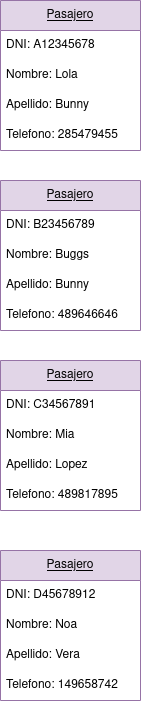
Earlier version of the draw.io export diagramas/tarea3 (reserva vuelos)/diagrama_objero_reserva_vuelos.png (Chugani05/entorno_de_desarrollo). Source tidied: cells renumbered, new cells last; positions are measured from the earlier drawing's top-left corner, leaving out a move shared by most shapes. Its diagram source:
```xml
<mxGraphModel>
  <root>
    <mxCell id="0" />
    <mxCell id="1" parent="0" />
    <mxCell id="2" value="&lt;u&gt;Pasajero&lt;/u&gt;" style="swimlane;fontStyle=0;horizontal=1;startSize=30;whiteSpace=wrap;html=1;fillColor=#e1d5e7;strokeColor=#9673a6;" parent="1" vertex="1">
      <mxGeometry width="140" height="150" as="geometry" />
    </mxCell>
    <mxCell id="3" value="DNI: A12345678" style="text;strokeColor=none;fillColor=none;align=left;verticalAlign=middle;spacingLeft=4;spacingRight=4;overflow=hidden;whiteSpace=wrap;html=1;" parent="2" vertex="1">
      <mxGeometry y="30" width="140" height="30" as="geometry" />
    </mxCell>
    <mxCell id="4" value="Nombre: Lola" style="text;strokeColor=none;fillColor=none;align=left;verticalAlign=middle;spacingLeft=4;spacingRight=4;overflow=hidden;whiteSpace=wrap;html=1;" parent="2" vertex="1">
      <mxGeometry y="60" width="140" height="30" as="geometry" />
    </mxCell>
    <mxCell id="5" value="Apellido: Bunny" style="text;strokeColor=none;fillColor=none;align=left;verticalAlign=middle;spacingLeft=4;spacingRight=4;overflow=hidden;whiteSpace=wrap;html=1;" parent="2" vertex="1">
      <mxGeometry y="90" width="140" height="30" as="geometry" />
    </mxCell>
    <mxCell id="6" value="Telefono: 285479455" style="text;strokeColor=none;fillColor=none;align=left;verticalAlign=middle;spacingLeft=4;spacingRight=4;overflow=hidden;whiteSpace=wrap;html=1;" parent="2" vertex="1">
      <mxGeometry y="120" width="140" height="30" as="geometry" />
    </mxCell>
    <mxCell id="7" value="&lt;u&gt;Pasajero&lt;/u&gt;" style="swimlane;fontStyle=0;horizontal=1;startSize=30;whiteSpace=wrap;html=1;fillColor=#e1d5e7;strokeColor=#9673a6;" parent="1" vertex="1">
      <mxGeometry y="180" width="140" height="150" as="geometry" />
    </mxCell>
    <mxCell id="8" value="DNI: B23456789" style="text;strokeColor=none;fillColor=none;align=left;verticalAlign=middle;spacingLeft=4;spacingRight=4;overflow=hidden;whiteSpace=wrap;html=1;" parent="7" vertex="1">
      <mxGeometry y="30" width="140" height="30" as="geometry" />
    </mxCell>
    <mxCell id="9" value="Nombre: Buggs" style="text;strokeColor=none;fillColor=none;align=left;verticalAlign=middle;spacingLeft=4;spacingRight=4;overflow=hidden;whiteSpace=wrap;html=1;" parent="7" vertex="1">
      <mxGeometry y="60" width="140" height="30" as="geometry" />
    </mxCell>
    <mxCell id="10" value="Apellido: Bunny" style="text;strokeColor=none;fillColor=none;align=left;verticalAlign=middle;spacingLeft=4;spacingRight=4;overflow=hidden;whiteSpace=wrap;html=1;" parent="7" vertex="1">
      <mxGeometry y="90" width="140" height="30" as="geometry" />
    </mxCell>
    <mxCell id="11" value="Telefono: 489646646" style="text;strokeColor=none;fillColor=none;align=left;verticalAlign=middle;spacingLeft=4;spacingRight=4;overflow=hidden;whiteSpace=wrap;html=1;" parent="7" vertex="1">
      <mxGeometry y="120" width="140" height="30" as="geometry" />
    </mxCell>
    <mxCell id="12" value="&lt;u&gt;Pasajero&lt;/u&gt;" style="swimlane;fontStyle=0;horizontal=1;startSize=30;whiteSpace=wrap;html=1;fillColor=#e1d5e7;strokeColor=#9673a6;" parent="1" vertex="1">
      <mxGeometry y="360" width="140" height="150" as="geometry" />
    </mxCell>
    <mxCell id="13" value="DNI: C34567891" style="text;strokeColor=none;fillColor=none;align=left;verticalAlign=middle;spacingLeft=4;spacingRight=4;overflow=hidden;whiteSpace=wrap;html=1;" parent="12" vertex="1">
      <mxGeometry y="30" width="140" height="30" as="geometry" />
    </mxCell>
    <mxCell id="14" value="Nombre: Mia" style="text;strokeColor=none;fillColor=none;align=left;verticalAlign=middle;spacingLeft=4;spacingRight=4;overflow=hidden;whiteSpace=wrap;html=1;" parent="12" vertex="1">
      <mxGeometry y="60" width="140" height="30" as="geometry" />
    </mxCell>
    <mxCell id="15" value="Apellido: Lopez" style="text;strokeColor=none;fillColor=none;align=left;verticalAlign=middle;spacingLeft=4;spacingRight=4;overflow=hidden;whiteSpace=wrap;html=1;" parent="12" vertex="1">
      <mxGeometry y="90" width="140" height="30" as="geometry" />
    </mxCell>
    <mxCell id="16" value="Telefono: 489817895" style="text;strokeColor=none;fillColor=none;align=left;verticalAlign=middle;spacingLeft=4;spacingRight=4;overflow=hidden;whiteSpace=wrap;html=1;" parent="12" vertex="1">
      <mxGeometry y="120" width="140" height="30" as="geometry" />
    </mxCell>
    <mxCell id="17" value="&lt;u&gt;Pasajero&lt;/u&gt;" style="swimlane;fontStyle=0;horizontal=1;startSize=30;whiteSpace=wrap;html=1;fillColor=#e1d5e7;strokeColor=#9673a6;" parent="1" vertex="1">
      <mxGeometry y="550" width="140" height="150" as="geometry" />
    </mxCell>
    <mxCell id="18" value="DNI: D45678912" style="text;strokeColor=none;fillColor=none;align=left;verticalAlign=middle;spacingLeft=4;spacingRight=4;overflow=hidden;whiteSpace=wrap;html=1;" parent="17" vertex="1">
      <mxGeometry y="30" width="140" height="30" as="geometry" />
    </mxCell>
    <mxCell id="19" value="Nombre: Noa" style="text;strokeColor=none;fillColor=none;align=left;verticalAlign=middle;spacingLeft=4;spacingRight=4;overflow=hidden;whiteSpace=wrap;html=1;" parent="17" vertex="1">
      <mxGeometry y="60" width="140" height="30" as="geometry" />
    </mxCell>
    <mxCell id="20" value="Apellido: Vera" style="text;strokeColor=none;fillColor=none;align=left;verticalAlign=middle;spacingLeft=4;spacingRight=4;overflow=hidden;whiteSpace=wrap;html=1;" parent="17" vertex="1">
      <mxGeometry y="90" width="140" height="30" as="geometry" />
    </mxCell>
    <mxCell id="21" value="Telefono: 149658742" style="text;strokeColor=none;fillColor=none;align=left;verticalAlign=middle;spacingLeft=4;spacingRight=4;overflow=hidden;whiteSpace=wrap;html=1;" parent="17" vertex="1">
      <mxGeometry y="120" width="140" height="30" as="geometry" />
    </mxCell>
  </root>
</mxGraphModel>
```
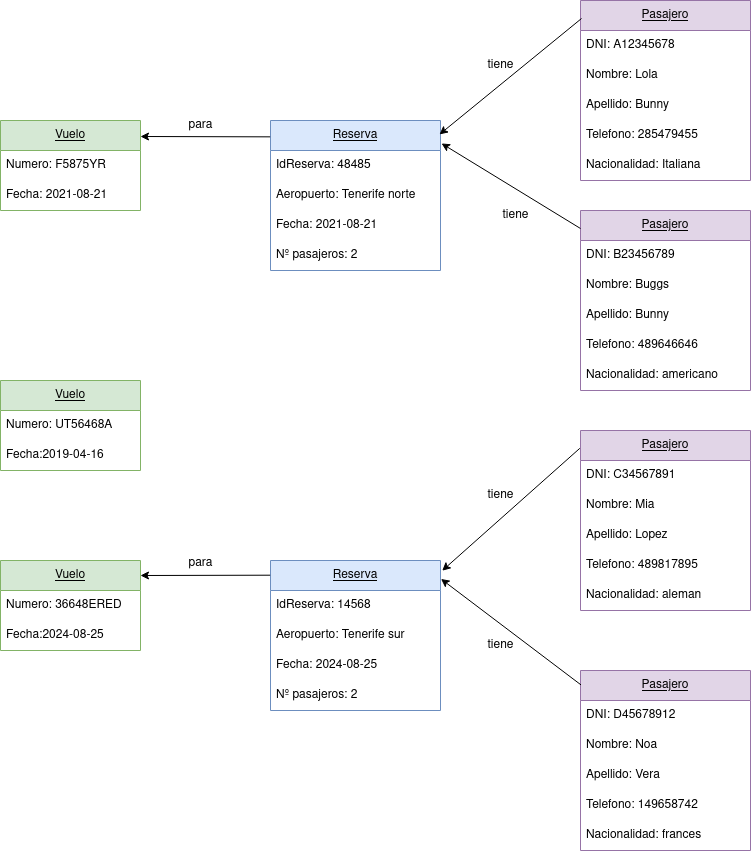
The same file after the commit.

Diff of the diagram source:
```diff
@@ -3,64 +3,173 @@
     <mxCell id="0" />
     <mxCell id="1" parent="0" />
     <mxCell id="2" value="&lt;u&gt;Pasajero&lt;/u&gt;" style="swimlane;fontStyle=0;horizontal=1;startSize=30;whiteSpace=wrap;html=1;fillColor=#e1d5e7;strokeColor=#9673a6;" parent="1" vertex="1">
-      <mxGeometry width="140" height="150" as="geometry" />
+      <mxGeometry x="100" y="55" width="170" height="180" as="geometry" />
     </mxCell>
     <mxCell id="3" value="DNI: A12345678" style="text;strokeColor=none;fillColor=none;align=left;verticalAlign=middle;spacingLeft=4;spacingRight=4;overflow=hidden;whiteSpace=wrap;html=1;" parent="2" vertex="1">
-      <mxGeometry y="30" width="140" height="30" as="geometry" />
+      <mxGeometry y="30" width="170" height="30" as="geometry" />
     </mxCell>
     <mxCell id="4" value="Nombre: Lola" style="text;strokeColor=none;fillColor=none;align=left;verticalAlign=middle;spacingLeft=4;spacingRight=4;overflow=hidden;whiteSpace=wrap;html=1;" parent="2" vertex="1">
-      <mxGeometry y="60" width="140" height="30" as="geometry" />
+      <mxGeometry y="60" width="170" height="30" as="geometry" />
     </mxCell>
     <mxCell id="5" value="Apellido: Bunny" style="text;strokeColor=none;fillColor=none;align=left;verticalAlign=middle;spacingLeft=4;spacingRight=4;overflow=hidden;whiteSpace=wrap;html=1;" parent="2" vertex="1">
-      <mxGeometry y="90" width="140" height="30" as="geometry" />
+      <mxGeometry y="90" width="170" height="30" as="geometry" />
     </mxCell>
     <mxCell id="6" value="Telefono: 285479455" style="text;strokeColor=none;fillColor=none;align=left;verticalAlign=middle;spacingLeft=4;spacingRight=4;overflow=hidden;whiteSpace=wrap;html=1;" parent="2" vertex="1">
-      <mxGeometry y="120" width="140" height="30" as="geometry" />
+      <mxGeometry y="120" width="170" height="30" as="geometry" />
     </mxCell>
+    <mxCell id="22" value="Nacionalidad: Italiana" style="text;strokeColor=none;fillColor=none;align=left;verticalAlign=middle;spacingLeft=4;spacingRight=4;overflow=hidden;whiteSpace=wrap;html=1;" parent="2" vertex="1">
+      <mxGeometry y="150" width="170" height="30" as="geometry" />
+    </mxCell>
     <mxCell id="7" value="&lt;u&gt;Pasajero&lt;/u&gt;" style="swimlane;fontStyle=0;horizontal=1;startSize=30;whiteSpace=wrap;html=1;fillColor=#e1d5e7;strokeColor=#9673a6;" parent="1" vertex="1">
-      <mxGeometry y="180" width="140" height="150" as="geometry" />
+      <mxGeometry x="100" y="265" width="170" height="180" as="geometry" />
     </mxCell>
     <mxCell id="8" value="DNI: B23456789" style="text;strokeColor=none;fillColor=none;align=left;verticalAlign=middle;spacingLeft=4;spacingRight=4;overflow=hidden;whiteSpace=wrap;html=1;" parent="7" vertex="1">
-      <mxGeometry y="30" width="140" height="30" as="geometry" />
+      <mxGeometry y="30" width="170" height="30" as="geometry" />
     </mxCell>
     <mxCell id="9" value="Nombre: Buggs" style="text;strokeColor=none;fillColor=none;align=left;verticalAlign=middle;spacingLeft=4;spacingRight=4;overflow=hidden;whiteSpace=wrap;html=1;" parent="7" vertex="1">
-      <mxGeometry y="60" width="140" height="30" as="geometry" />
+      <mxGeometry y="60" width="170" height="30" as="geometry" />
     </mxCell>
     <mxCell id="10" value="Apellido: Bunny" style="text;strokeColor=none;fillColor=none;align=left;verticalAlign=middle;spacingLeft=4;spacingRight=4;overflow=hidden;whiteSpace=wrap;html=1;" parent="7" vertex="1">
-      <mxGeometry y="90" width="140" height="30" as="geometry" />
+      <mxGeometry y="90" width="170" height="30" as="geometry" />
     </mxCell>
-    <mxCell id="11" value="Telefono: 489646646" style="text;strokeColor=none;fillColor=none;align=left;verticalAlign=middle;spacingLeft=4;spacingRight=4;overflow=hidden;whiteSpace=wrap;html=1;" parent="7" vertex="1">
-      <mxGeometry y="120" width="140" height="30" as="geometry" />
+    <mxCell id="11" value="&lt;div&gt;Telefono: 489646646&lt;/div&gt;" style="text;strokeColor=none;fillColor=none;align=left;verticalAlign=middle;spacingLeft=4;spacingRight=4;overflow=hidden;whiteSpace=wrap;html=1;" parent="7" vertex="1">
+      <mxGeometry y="120" width="170" height="30" as="geometry" />
     </mxCell>
+    <mxCell id="23" value="Nacionalidad: americano" style="text;strokeColor=none;fillColor=none;align=left;verticalAlign=middle;spacingLeft=4;spacingRight=4;overflow=hidden;whiteSpace=wrap;html=1;" parent="7" vertex="1">
+      <mxGeometry y="150" width="170" height="30" as="geometry" />
+    </mxCell>
     <mxCell id="12" value="&lt;u&gt;Pasajero&lt;/u&gt;" style="swimlane;fontStyle=0;horizontal=1;startSize=30;whiteSpace=wrap;html=1;fillColor=#e1d5e7;strokeColor=#9673a6;" parent="1" vertex="1">
-      <mxGeometry y="360" width="140" height="150" as="geometry" />
+      <mxGeometry x="100" y="485" width="170" height="180" as="geometry" />
     </mxCell>
     <mxCell id="13" value="DNI: C34567891" style="text;strokeColor=none;fillColor=none;align=left;verticalAlign=middle;spacingLeft=4;spacingRight=4;overflow=hidden;whiteSpace=wrap;html=1;" parent="12" vertex="1">
-      <mxGeometry y="30" width="140" height="30" as="geometry" />
+      <mxGeometry y="30" width="170" height="30" as="geometry" />
     </mxCell>
     <mxCell id="14" value="Nombre: Mia" style="text;strokeColor=none;fillColor=none;align=left;verticalAlign=middle;spacingLeft=4;spacingRight=4;overflow=hidden;whiteSpace=wrap;html=1;" parent="12" vertex="1">
-      <mxGeometry y="60" width="140" height="30" as="geometry" />
+      <mxGeometry y="60" width="170" height="30" as="geometry" />
     </mxCell>
     <mxCell id="15" value="Apellido: Lopez" style="text;strokeColor=none;fillColor=none;align=left;verticalAlign=middle;spacingLeft=4;spacingRight=4;overflow=hidden;whiteSpace=wrap;html=1;" parent="12" vertex="1">
-      <mxGeometry y="90" width="140" height="30" as="geometry" />
+      <mxGeometry y="90" width="170" height="30" as="geometry" />
     </mxCell>
     <mxCell id="16" value="Telefono: 489817895" style="text;strokeColor=none;fillColor=none;align=left;verticalAlign=middle;spacingLeft=4;spacingRight=4;overflow=hidden;whiteSpace=wrap;html=1;" parent="12" vertex="1">
-      <mxGeometry y="120" width="140" height="30" as="geometry" />
+      <mxGeometry y="120" width="170" height="30" as="geometry" />
     </mxCell>
+    <mxCell id="24" value="Nacionalidad: aleman" style="text;strokeColor=none;fillColor=none;align=left;verticalAlign=middle;spacingLeft=4;spacingRight=4;overflow=hidden;whiteSpace=wrap;html=1;" parent="12" vertex="1">
+      <mxGeometry y="150" width="170" height="30" as="geometry" />
+    </mxCell>
     <mxCell id="17" value="&lt;u&gt;Pasajero&lt;/u&gt;" style="swimlane;fontStyle=0;horizontal=1;startSize=30;whiteSpace=wrap;html=1;fillColor=#e1d5e7;strokeColor=#9673a6;" parent="1" vertex="1">
-      <mxGeometry y="550" width="140" height="150" as="geometry" />
+      <mxGeometry x="100" y="725" width="170" height="180" as="geometry" />
     </mxCell>
     <mxCell id="18" value="DNI: D45678912" style="text;strokeColor=none;fillColor=none;align=left;verticalAlign=middle;spacingLeft=4;spacingRight=4;overflow=hidden;whiteSpace=wrap;html=1;" parent="17" vertex="1">
-      <mxGeometry y="30" width="140" height="30" as="geometry" />
+      <mxGeometry y="30" width="170" height="30" as="geometry" />
     </mxCell>
     <mxCell id="19" value="Nombre: Noa" style="text;strokeColor=none;fillColor=none;align=left;verticalAlign=middle;spacingLeft=4;spacingRight=4;overflow=hidden;whiteSpace=wrap;html=1;" parent="17" vertex="1">
-      <mxGeometry y="60" width="140" height="30" as="geometry" />
+      <mxGeometry y="60" width="170" height="30" as="geometry" />
     </mxCell>
     <mxCell id="20" value="Apellido: Vera" style="text;strokeColor=none;fillColor=none;align=left;verticalAlign=middle;spacingLeft=4;spacingRight=4;overflow=hidden;whiteSpace=wrap;html=1;" parent="17" vertex="1">
-      <mxGeometry y="90" width="140" height="30" as="geometry" />
+      <mxGeometry y="90" width="170" height="30" as="geometry" />
     </mxCell>
     <mxCell id="21" value="Telefono: 149658742" style="text;strokeColor=none;fillColor=none;align=left;verticalAlign=middle;spacingLeft=4;spacingRight=4;overflow=hidden;whiteSpace=wrap;html=1;" parent="17" vertex="1">
-      <mxGeometry y="120" width="140" height="30" as="geometry" />
+      <mxGeometry y="120" width="170" height="30" as="geometry" />
     </mxCell>
+    <mxCell id="25" value="Nacionalidad: frances" style="text;strokeColor=none;fillColor=none;align=left;verticalAlign=middle;spacingLeft=4;spacingRight=4;overflow=hidden;whiteSpace=wrap;html=1;" parent="17" vertex="1">
+      <mxGeometry y="150" width="170" height="30" as="geometry" />
+    </mxCell>
+    <mxCell id="26" value="&lt;u&gt;Reserva&lt;/u&gt;" style="swimlane;fontStyle=0;horizontal=1;startSize=30;whiteSpace=wrap;html=1;fillColor=#dae8fc;strokeColor=#6c8ebf;" parent="1" vertex="1">
+      <mxGeometry x="-210" y="175" width="170" height="150" as="geometry" />
+    </mxCell>
+    <mxCell id="27" value="IdReserva: 48485" style="text;strokeColor=none;fillColor=none;align=left;verticalAlign=middle;spacingLeft=4;spacingRight=4;overflow=hidden;whiteSpace=wrap;html=1;" parent="26" vertex="1">
+      <mxGeometry y="30" width="170" height="30" as="geometry" />
+    </mxCell>
+    <mxCell id="28" value="&lt;div&gt;Aeropuerto: Tenerife norte&lt;br&gt;&lt;/div&gt;" style="text;strokeColor=none;fillColor=none;align=left;verticalAlign=middle;spacingLeft=4;spacingRight=4;overflow=hidden;whiteSpace=wrap;html=1;" parent="26" vertex="1">
+      <mxGeometry y="60" width="170" height="30" as="geometry" />
+    </mxCell>
+    <mxCell id="29" value="Fecha: 2021-08-21" style="text;strokeColor=none;fillColor=none;align=left;verticalAlign=middle;spacingLeft=4;spacingRight=4;overflow=hidden;whiteSpace=wrap;html=1;" parent="26" vertex="1">
+      <mxGeometry y="90" width="170" height="30" as="geometry" />
+    </mxCell>
+    <mxCell id="30" value="Nº pasajeros: 2" style="text;strokeColor=none;fillColor=none;align=left;verticalAlign=middle;spacingLeft=4;spacingRight=4;overflow=hidden;whiteSpace=wrap;html=1;" parent="26" vertex="1">
+      <mxGeometry y="120" width="170" height="30" as="geometry" />
+    </mxCell>
+    <mxCell id="31" value="&lt;u&gt;Vuelo&lt;/u&gt;" style="swimlane;fontStyle=0;horizontal=1;startSize=30;whiteSpace=wrap;html=1;fillColor=#d5e8d4;strokeColor=#82b366;" parent="1" vertex="1">
+      <mxGeometry x="-480" y="175" width="140" height="90" as="geometry" />
+    </mxCell>
+    <mxCell id="32" value="Numero: F5875YR" style="text;strokeColor=none;fillColor=none;align=left;verticalAlign=middle;spacingLeft=4;spacingRight=4;overflow=hidden;whiteSpace=wrap;html=1;" parent="31" vertex="1">
+      <mxGeometry y="30" width="140" height="30" as="geometry" />
+    </mxCell>
+    <mxCell id="33" value="Fecha: 2021-08-21" style="text;strokeColor=none;fillColor=none;align=left;verticalAlign=middle;spacingLeft=4;spacingRight=4;overflow=hidden;whiteSpace=wrap;html=1;" parent="31" vertex="1">
+      <mxGeometry y="60" width="140" height="30" as="geometry" />
+    </mxCell>
+    <mxCell id="34" value="&lt;u&gt;Reserva&lt;/u&gt;" style="swimlane;fontStyle=0;horizontal=1;startSize=30;whiteSpace=wrap;html=1;fillColor=#dae8fc;strokeColor=#6c8ebf;" parent="1" vertex="1">
+      <mxGeometry x="-210" y="615" width="170" height="150" as="geometry" />
+    </mxCell>
+    <mxCell id="35" value="IdReserva: 14568" style="text;strokeColor=none;fillColor=none;align=left;verticalAlign=middle;spacingLeft=4;spacingRight=4;overflow=hidden;whiteSpace=wrap;html=1;" parent="34" vertex="1">
+      <mxGeometry y="30" width="170" height="30" as="geometry" />
+    </mxCell>
+    <mxCell id="36" value="&lt;div&gt;Aeropuerto: Tenerife sur&lt;br&gt;&lt;/div&gt;" style="text;strokeColor=none;fillColor=none;align=left;verticalAlign=middle;spacingLeft=4;spacingRight=4;overflow=hidden;whiteSpace=wrap;html=1;" parent="34" vertex="1">
+      <mxGeometry y="60" width="170" height="30" as="geometry" />
+    </mxCell>
+    <mxCell id="37" value="Fecha: 2024-08-25" style="text;strokeColor=none;fillColor=none;align=left;verticalAlign=middle;spacingLeft=4;spacingRight=4;overflow=hidden;whiteSpace=wrap;html=1;" parent="34" vertex="1">
+      <mxGeometry y="90" width="170" height="30" as="geometry" />
+    </mxCell>
+    <mxCell id="38" value="Nº pasajeros: 2" style="text;strokeColor=none;fillColor=none;align=left;verticalAlign=middle;spacingLeft=4;spacingRight=4;overflow=hidden;whiteSpace=wrap;html=1;" parent="34" vertex="1">
+      <mxGeometry y="120" width="170" height="30" as="geometry" />
+    </mxCell>
+    <mxCell id="39" value="&lt;u&gt;Vuelo&lt;/u&gt;" style="swimlane;fontStyle=0;horizontal=1;startSize=30;whiteSpace=wrap;html=1;fillColor=#d5e8d4;strokeColor=#82b366;" parent="1" vertex="1">
+      <mxGeometry x="-480" y="615" width="140" height="90" as="geometry" />
+    </mxCell>
+    <mxCell id="40" value="Numero: 36648ERED" style="text;strokeColor=none;fillColor=none;align=left;verticalAlign=middle;spacingLeft=4;spacingRight=4;overflow=hidden;whiteSpace=wrap;html=1;" parent="39" vertex="1">
+      <mxGeometry y="30" width="140" height="30" as="geometry" />
+    </mxCell>
+    <mxCell id="41" value="Fecha:2024-08-25" style="text;strokeColor=none;fillColor=none;align=left;verticalAlign=middle;spacingLeft=4;spacingRight=4;overflow=hidden;whiteSpace=wrap;html=1;" parent="39" vertex="1">
+      <mxGeometry y="60" width="140" height="30" as="geometry" />
+    </mxCell>
+    <mxCell id="42" value="&lt;u&gt;Vuelo&lt;/u&gt;" style="swimlane;fontStyle=0;horizontal=1;startSize=30;whiteSpace=wrap;html=1;fillColor=#d5e8d4;strokeColor=#82b366;" parent="1" vertex="1">
+      <mxGeometry x="-480" y="435" width="140" height="90" as="geometry" />
+    </mxCell>
+    <mxCell id="43" value="Numero: UT56468A" style="text;strokeColor=none;fillColor=none;align=left;verticalAlign=middle;spacingLeft=4;spacingRight=4;overflow=hidden;whiteSpace=wrap;html=1;" parent="42" vertex="1">
+      <mxGeometry y="30" width="140" height="30" as="geometry" />
+    </mxCell>
+    <mxCell id="44" value="Fecha:2019-04-16" style="text;strokeColor=none;fillColor=none;align=left;verticalAlign=middle;spacingLeft=4;spacingRight=4;overflow=hidden;whiteSpace=wrap;html=1;" parent="42" vertex="1">
+      <mxGeometry y="60" width="140" height="30" as="geometry" />
+    </mxCell>
+    <mxCell id="45" style="endArrow=classic;html=1;rounded=0;exitX=0.006;exitY=0.1;exitDx=0;exitDy=0;exitPerimeter=0;entryX=0.994;entryY=0.093;entryDx=0;entryDy=0;entryPerimeter=0;" parent="1" edge="1" source="2" target="26">
+      <mxGeometry relative="1" as="geometry" />
+    </mxCell>
+    <mxCell id="46" style="endArrow=classic;html=1;rounded=0;exitX=0;exitY=0.1;exitDx=0;exitDy=0;exitPerimeter=0;entryX=1.006;entryY=0.153;entryDx=0;entryDy=0;entryPerimeter=0;" parent="1" edge="1" source="7" target="26">
+      <mxGeometry relative="1" as="geometry" />
+    </mxCell>
+    <mxCell id="47" value="tiene" style="text;html=1;align=center;verticalAlign=middle;strokeColor=none;fillColor=none;" parent="1" vertex="1">
+      <mxGeometry x="-5" y="105" width="50" height="30" as="geometry" />
+    </mxCell>
+    <mxCell id="48" value="tiene" style="text;html=1;align=center;verticalAlign=middle;strokeColor=none;fillColor=none;" parent="1" vertex="1">
+      <mxGeometry x="10" y="255" width="50" height="30" as="geometry" />
+    </mxCell>
+    <mxCell id="49" style="endArrow=classic;html=1;rounded=0;exitX=-0.004;exitY=0.099;exitDx=0;exitDy=0;exitPerimeter=0;entryX=1.01;entryY=0.068;entryDx=0;entryDy=0;entryPerimeter=0;" parent="1" edge="1" source="12" target="34">
+      <mxGeometry relative="1" as="geometry" />
+    </mxCell>
+    <mxCell id="50" style="endArrow=classic;html=1;rounded=0;exitX=0.003;exitY=0.08;exitDx=0;exitDy=0;exitPerimeter=0;entryX=1.003;entryY=0.123;entryDx=0;entryDy=0;entryPerimeter=0;" parent="1" edge="1" source="17" target="34">
+      <mxGeometry relative="1" as="geometry" />
+    </mxCell>
+    <mxCell id="51" value="tiene" style="text;html=1;align=center;verticalAlign=middle;strokeColor=none;fillColor=none;" parent="1" vertex="1">
+      <mxGeometry x="-5" y="535" width="50" height="30" as="geometry" />
+    </mxCell>
+    <mxCell id="52" value="tiene" style="text;html=1;align=center;verticalAlign=middle;strokeColor=none;fillColor=none;" parent="1" vertex="1">
+      <mxGeometry x="-5" y="685" width="50" height="30" as="geometry" />
+    </mxCell>
+    <mxCell id="53" style="endArrow=classic;html=1;rounded=0;exitX=-0.002;exitY=0.098;exitDx=0;exitDy=0;exitPerimeter=0;" parent="1" edge="1" source="34">
+      <mxGeometry relative="1" as="geometry">
+        <mxPoint x="-340" y="630" as="targetPoint" />
+      </mxGeometry>
+    </mxCell>
+    <mxCell id="54" value="para" style="text;html=1;align=center;verticalAlign=middle;strokeColor=none;fillColor=none;" parent="1" vertex="1">
+      <mxGeometry x="-305" y="603" width="50" height="30" as="geometry" />
+    </mxCell>
+    <mxCell id="55" style="endArrow=classic;html=1;rounded=0;exitX=-0.002;exitY=0.109;exitDx=0;exitDy=0;exitPerimeter=0;" parent="1" edge="1" source="26">
+      <mxGeometry relative="1" as="geometry">
+        <mxPoint x="-340" y="191" as="targetPoint" />
+      </mxGeometry>
+    </mxCell>
+    <mxCell id="56" value="para" style="text;html=1;align=center;verticalAlign=middle;strokeColor=none;fillColor=none;" parent="1" vertex="1">
+      <mxGeometry x="-305" y="165" width="50" height="30" as="geometry" />
+    </mxCell>
   </root>
 </mxGraphModel>
```
